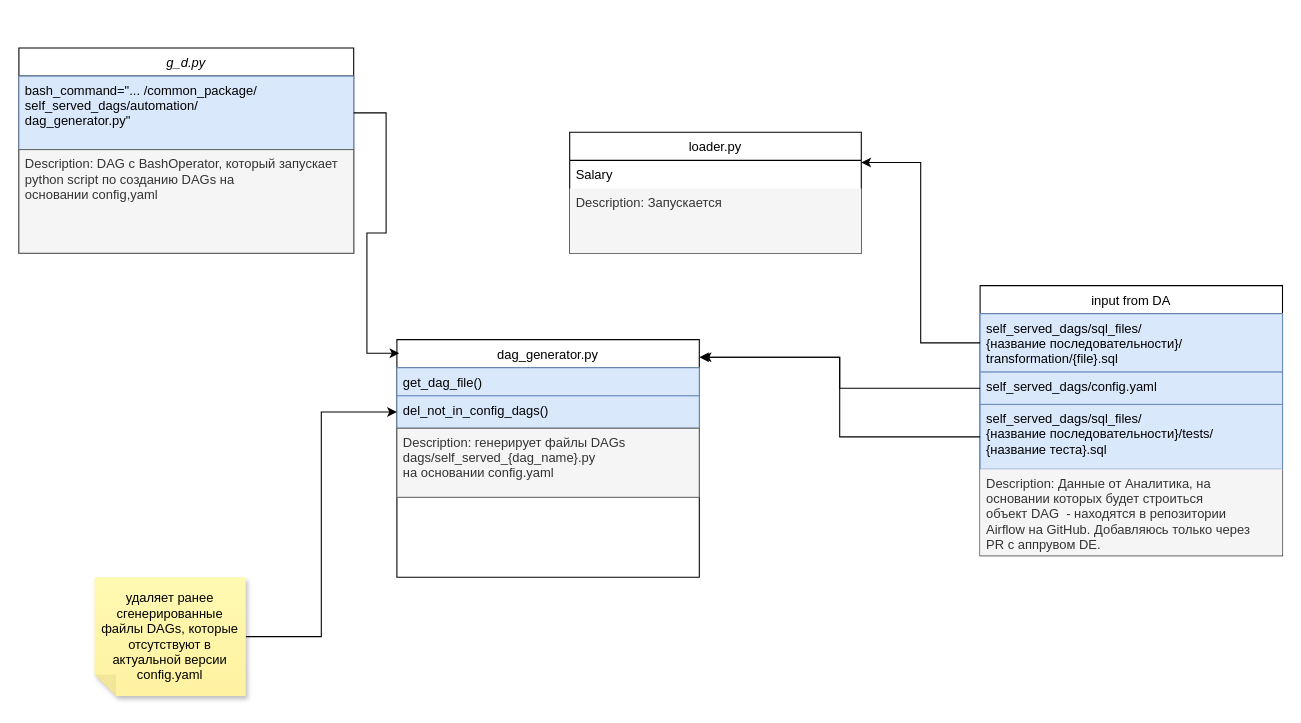
The draw.io diagram Untitled Diagram.drawio in Animishka/drawio, before the edit. Source tidied: cells renumbered, new cells numbered last; positions are measured from the earlier drawing's top-left corner, leaving out a move shared by most shapes. Both pictures are drawn from the tidied source at 108%, with x=0, y=0 at pixel (18, 48).
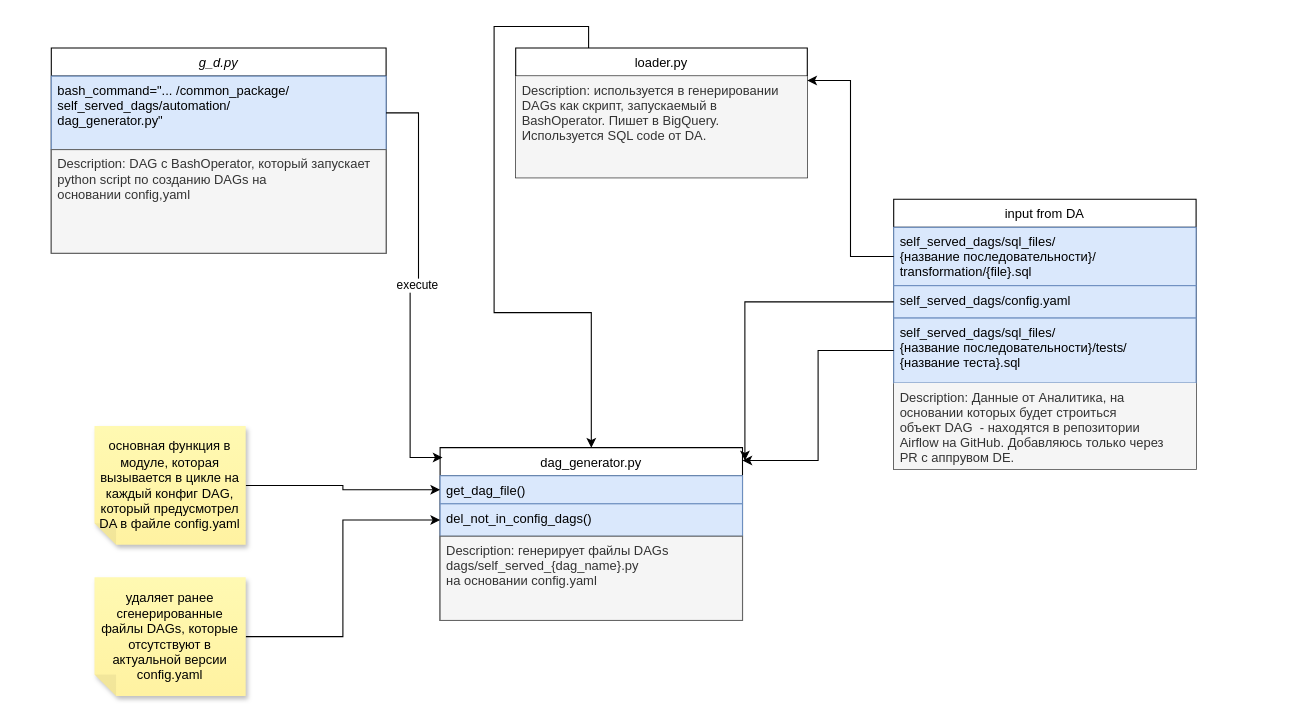
The same page after the edit.

The change refers to these unchanged cells:
```xml
<mxCell id="3" value="bash_command=&quot;... /common_package/&#10;self_served_dags/automation/&#10;dag_generator.py&quot;" style="text;align=left;verticalAlign=top;spacingLeft=4;spacingRight=4;overflow=hidden;points=[[0,0.5],[1,0.5]];portConstraint=eastwest;strokeColor=#6c8ebf;fillColor=#dae8fc;" parent="2" vertex="1">
  <mxGeometry y="26" width="310" height="68" as="geometry" />
</mxCell>
<mxCell id="14" value="get_dag_file()" style="text;align=left;verticalAlign=top;spacingLeft=4;spacingRight=4;overflow=hidden;points=[[0,0.5],[1,0.5]];portConstraint=eastwest;fillColor=#dae8fc;strokeColor=#6c8ebf;" parent="13" vertex="1">
  <mxGeometry y="26" width="280" height="26" as="geometry" />
</mxCell>
```

What changed in the source:
```diff
@@
     <mxCell id="2" value="g_d.py" style="swimlane;fontStyle=2;align=center;verticalAlign=top;horizontal=1;startSize=26;rounded=0;shadow=0;strokeWidth=1;" parent="1" vertex="1">
-      <mxGeometry width="310" height="190" as="geometry" />
+      <mxGeometry x="30" width="310" height="190" as="geometry" />
     </mxCell>
@@
     <mxCell id="5" value="input from DA" style="swimlane;fontStyle=0;align=center;verticalAlign=top;horizontal=1;startSize=26;rounded=0;shadow=0;strokeWidth=1;" parent="1" vertex="1">
-      <mxGeometry x="890" y="220" width="280" height="250" as="geometry" />
+      <mxGeometry x="810" y="140" width="280" height="250" as="geometry" />
     </mxCell>
@@
+    <mxCell id="23" style="edgeStyle=orthogonalEdgeStyle;rounded=0;jettySize=auto;html=1;exitX=0.25;exitY=0;exitDx=0;exitDy=0;entryX=0.5;entryY=0;entryDx=0;entryDy=0;" parent="1" edge="1" source="10" target="13">
+      <mxGeometry relative="1" as="geometry" />
+    </mxCell>
     <mxCell id="10" value="loader.py" style="swimlane;fontStyle=0;align=center;verticalAlign=top;horizontal=1;startSize=26;rounded=0;shadow=0;strokeWidth=1;" parent="1" vertex="1">
-      <mxGeometry x="510" y="78" width="270" height="112" as="geometry" />
+      <mxGeometry x="460" width="270" height="120" as="geometry" />
     </mxCell>
-    <mxCell id="11" value="Salary" style="text;align=left;verticalAlign=top;spacingLeft=4;spacingRight=4;overflow=hidden;" parent="10" vertex="1">
-      <mxGeometry y="26" width="270" height="26" as="geometry" />
-    </mxCell>
-    <mxCell id="12" value="Description: Запускается " style="text;align=left;verticalAlign=top;spacingLeft=4;spacingRight=4;overflow=hidden;fontStyle=0;fillColor=#f5f5f5;fontColor=#333333;strokeColor=none;" parent="10" vertex="1">
-      <mxGeometry y="52" width="270" height="60" as="geometry" />
+    <mxCell id="12" value="Description: используется в генерировании&#10;DAGs как скрипт, запускаемый в &#10;BashOperator. Пишет в BigQuery. &#10;Используется SQL code от DA." style="text;align=left;verticalAlign=top;spacingLeft=4;spacingRight=4;overflow=hidden;fontStyle=0;fillColor=#f5f5f5;fontColor=#333333;strokeColor=none;" parent="10" vertex="1">
+      <mxGeometry y="26" width="270" height="94" as="geometry" />
     </mxCell>
     <mxCell id="13" value="dag_generator.py" style="swimlane;fontStyle=0;align=center;verticalAlign=top;horizontal=1;startSize=26;rounded=0;shadow=0;strokeWidth=1;" parent="1" vertex="1">
-      <mxGeometry x="350" y="270" width="280" height="220" as="geometry" />
+      <mxGeometry x="390" y="370" width="280" height="160" as="geometry" />
     </mxCell>
@@
     <mxCell id="16" value="Description: генерирует файлы DAGs  &#10;dags/self_served_{dag_name}.py&#10;на основании config.yaml" style="text;align=left;verticalAlign=top;spacingLeft=4;spacingRight=4;overflow=hidden;fillColor=#f5f5f5;fontColor=#333333;strokeColor=#666666;" parent="13" vertex="1">
-      <mxGeometry y="82" width="280" height="64" as="geometry" />
+      <mxGeometry y="82" width="280" height="78" as="geometry" />
     </mxCell>
     <mxCell id="17" style="endArrow=classic;html=1;rounded=0;entryX=0.008;entryY=0.057;entryDx=0;entryDy=0;entryPerimeter=0;exitX=1;exitY=0.5;exitDx=0;exitDy=0;edgeStyle=entityRelationEdgeStyle;" parent="1" edge="1" source="3" target="13">
-      <mxGeometry relative="1" as="geometry" />
+      <mxGeometry relative="1" as="geometry">
+        <Array as="points">
+          <mxPoint x="370" y="220" />
+          <mxPoint x="380" y="110" />
+          <mxPoint x="380" y="110" />
+        </Array>
+      </mxGeometry>
     </mxCell>
+    <mxCell id="24" value="execute" style="edgeLabel;html=1;align=center;verticalAlign=middle;" parent="17" vertex="1">
+      <mxGeometry x="0.02" y="1" relative="1" as="geometry">
+        <mxPoint x="5" as="offset" />
+      </mxGeometry>
+    </mxCell>
@@
+    <mxCell id="25" style="edgeStyle=orthogonalEdgeStyle;rounded=0;jettySize=auto;html=1;entryX=0;entryY=0.5;entryDx=0;entryDy=0;" parent="1" edge="1" source="26" target="14">
+      <mxGeometry relative="1" as="geometry" />
+    </mxCell>
+    <mxCell id="26" value="основная функция в модуле, которая вызывается в цикле на каждый конфиг DAG, который предусмотрел DA в файле config.yaml" style="shape=note;whiteSpace=wrap;html=1;backgroundOutline=1;fontColor=#000000;darkOpacity=0.05;fillColor=#FFF9B2;strokeColor=none;fillStyle=solid;direction=west;gradientDirection=north;gradientColor=#FFF2A1;shadow=1;size=20;" parent="1" vertex="1">
+      <mxGeometry x="70" y="350" width="140" height="110" as="geometry" />
+    </mxCell>
```
